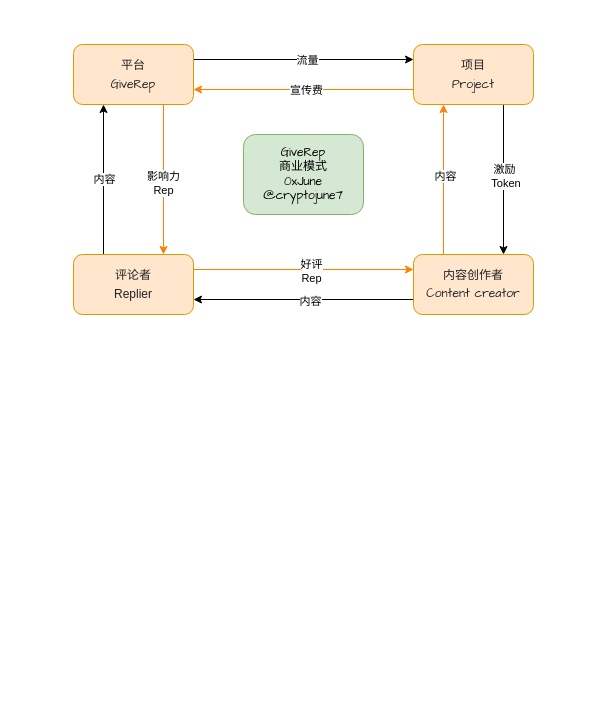
The draw.io diagram assets/img/post/2025-07-31/商业模式.drawio in june111/june111.github.io, before the edit. Source tidied: cells renumbered, new cells numbered last; positions are measured from the earlier drawing's top-left corner, leaving out a move shared by most shapes. Both pictures are drawn from the tidied source at 100%, with x=0, y=0 at pixel (17, 16).
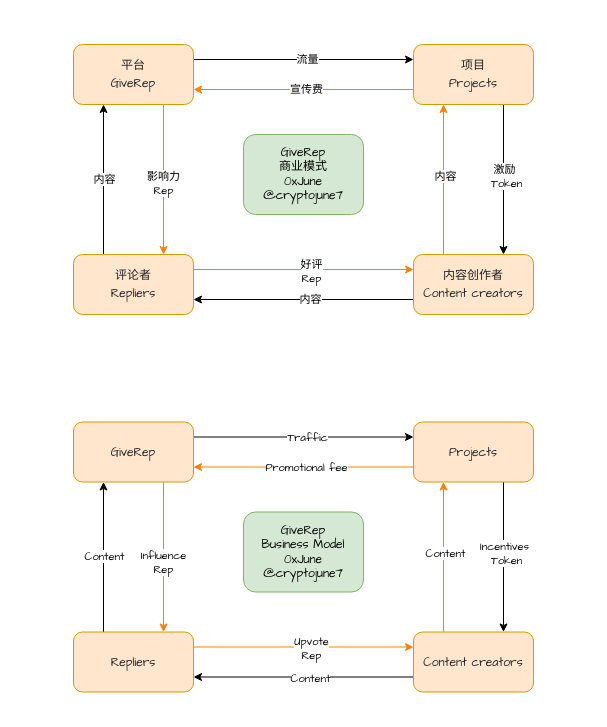
Above is the later version.

Diff of the diagram source:
```diff
@@
-    <mxCell id="2" style="rounded=0;whiteSpace=wrap;html=1;strokeColor=none;" parent="1" vertex="1">
+    <mxCell id="2" style="rounded=0;whiteSpace=wrap;html=1;strokeColor=none;fontFamily=Comic Sans MS;" parent="1" vertex="1">
       <mxGeometry x="-0.2" y="0.5" width="572.5" height="315" as="geometry" />
     </mxCell>
-    <mxCell id="3" style="edgeStyle=orthogonalEdgeStyle;rounded=0;jettySize=auto;html=1;exitX=1;exitY=0.25;exitDx=0;exitDy=0;entryX=0;entryY=0.25;entryDx=0;entryDy=0;" parent="1" edge="1" source="6" target="11">
+    <mxCell id="3" style="edgeStyle=orthogonalEdgeStyle;rounded=0;jettySize=auto;html=1;exitX=1;exitY=0.25;exitDx=0;exitDy=0;entryX=0;entryY=0.25;entryDx=0;entryDy=0;fontFamily=Comic Sans MS;" parent="1" edge="1" source="6" target="11">
       <mxGeometry relative="1" as="geometry" />
     </mxCell>
-    <mxCell id="4" value="流量" style="edgeLabel;html=1;align=center;verticalAlign=middle;" parent="3" vertex="1">
+    <mxCell id="4" value="流量" style="edgeLabel;html=1;align=center;verticalAlign=middle;fontFamily=Comic Sans MS;" parent="3" vertex="1">
       <mxGeometry x="-0.01" y="2" relative="1" as="geometry">
-        <mxPoint x="4" y="2" as="offset" />
+        <mxPoint x="4" y="1" as="offset" />
       </mxGeometry>
     </mxCell>
-    <mxCell id="5" value="&lt;div&gt;影响力&lt;/div&gt;Rep" style="edgeStyle=orthogonalEdgeStyle;rounded=0;jettySize=auto;html=1;exitX=0.75;exitY=1;exitDx=0;exitDy=0;entryX=0.75;entryY=0;entryDx=0;entryDy=0;strokeColor=#FF8000;" parent="1" edge="1" source="6" target="16">
+    <mxCell id="5" value="&lt;div&gt;影响力&lt;/div&gt;Rep" style="edgeStyle=orthogonalEdgeStyle;rounded=0;jettySize=auto;html=1;exitX=0.75;exitY=1;exitDx=0;exitDy=0;entryX=0.75;entryY=0;entryDx=0;entryDy=0;strokeColor=#FF8000;fontFamily=Comic Sans MS;" parent="1" edge="1" source="6" target="16">
       <mxGeometry x="0.05" relative="1" as="geometry" />
     </mxCell>
-    <mxCell id="6" value="&lt;div style=&quot;color: rgb(31, 35, 41); line-height: 50%;&quot;&gt;&lt;p&gt;&lt;font face=&quot;Comic Sans MS&quot;&gt;平台&lt;/font&gt;&lt;/p&gt;&lt;p&gt;&lt;span style=&quot;background-color: initial;&quot;&gt;&lt;font face=&quot;Comic Sans MS&quot;&gt;GiveRep&lt;/font&gt;&lt;/span&gt;&lt;/p&gt;&lt;/div&gt;&lt;span style=&quot;white-space-collapse: preserve;&quot;&gt;&lt;/span&gt;" style="rounded=1;whiteSpace=wrap;html=1;fillColor=#ffe6cc;strokeColor=#d79b00;labelPosition=center;verticalLabelPosition=middle;align=center;verticalAlign=middle;fontSize=12;" parent="1" vertex="1">
+    <mxCell id="6" value="&lt;div style=&quot;color: rgb(31, 35, 41); line-height: 50%;&quot;&gt;&lt;p&gt;&lt;font&gt;平台&lt;/font&gt;&lt;/p&gt;&lt;p&gt;&lt;span style=&quot;background-color: initial;&quot;&gt;&lt;font&gt;GiveRep&lt;/font&gt;&lt;/span&gt;&lt;/p&gt;&lt;/div&gt;&lt;span style=&quot;white-space-collapse: preserve;&quot;&gt;&lt;/span&gt;" style="rounded=1;whiteSpace=wrap;html=1;fillColor=#ffe6cc;strokeColor=#d79b00;labelPosition=center;verticalLabelPosition=middle;align=center;verticalAlign=middle;fontSize=12;fontFamily=Comic Sans MS;" parent="1" vertex="1">
       <mxGeometry x="56" y="28" width="120" height="60" as="geometry" />
     </mxCell>
-    <mxCell id="7" style="edgeStyle=orthogonalEdgeStyle;rounded=0;jettySize=auto;html=1;exitX=0;exitY=0.75;exitDx=0;exitDy=0;entryX=1;entryY=0.75;entryDx=0;entryDy=0;strokeColor=#FF8000;" parent="1" edge="1" source="11" target="6">
+    <mxCell id="7" style="edgeStyle=orthogonalEdgeStyle;rounded=0;jettySize=auto;html=1;exitX=0;exitY=0.75;exitDx=0;exitDy=0;entryX=1;entryY=0.75;entryDx=0;entryDy=0;strokeColor=#FF8000;fontFamily=Comic Sans MS;" parent="1" edge="1" source="11" target="6">
       <mxGeometry relative="1" as="geometry" />
     </mxCell>
-    <mxCell id="8" value="宣传费" style="edgeLabel;html=1;align=center;verticalAlign=middle;" parent="7" vertex="1">
-      <mxGeometry x="-0.02" relative="1" as="geometry" />
+    <mxCell id="8" value="宣传费" style="edgeLabel;html=1;align=center;verticalAlign=middle;fontFamily=Comic Sans MS;" parent="7" vertex="1">
+      <mxGeometry x="-0.02" relative="1" as="geometry">
+        <mxPoint y="-1" as="offset" />
+      </mxGeometry>
     </mxCell>
-    <mxCell id="9" style="edgeStyle=orthogonalEdgeStyle;rounded=0;jettySize=auto;html=1;exitX=0.75;exitY=1;exitDx=0;exitDy=0;entryX=0.75;entryY=0;entryDx=0;entryDy=0;" parent="1" edge="1" source="11" target="21">
+    <mxCell id="9" style="edgeStyle=orthogonalEdgeStyle;rounded=0;jettySize=auto;html=1;exitX=0.75;exitY=1;exitDx=0;exitDy=0;entryX=0.75;entryY=0;entryDx=0;entryDy=0;fontFamily=Comic Sans MS;" parent="1" edge="1" source="11" target="21">
       <mxGeometry relative="1" as="geometry" />
     </mxCell>
-    <mxCell id="10" value="&lt;div&gt;激励&lt;/div&gt;&amp;nbsp;Token" style="edgeLabel;html=1;align=center;verticalAlign=middle;" parent="9" vertex="1">
+    <mxCell id="10" value="&lt;div&gt;激励&lt;/div&gt;&amp;nbsp;Token" style="edgeLabel;html=1;align=center;verticalAlign=middle;fontFamily=Comic Sans MS;" parent="9" vertex="1">
       <mxGeometry x="-0.05" y="2" relative="1" as="geometry">
         <mxPoint x="-2" as="offset" />
       </mxGeometry>
     </mxCell>
-    <mxCell id="11" value="&lt;div style=&quot;color: rgb(31, 35, 41); line-height: 50%;&quot;&gt;&lt;p&gt;&lt;font face=&quot;Comic Sans MS&quot;&gt;项目&lt;/font&gt;&lt;/p&gt;&lt;p&gt;&lt;font face=&quot;Comic Sans MS&quot;&gt;Project&lt;/font&gt;&lt;/p&gt;&lt;/div&gt;&lt;span style=&quot;white-space-collapse: preserve;&quot;&gt;&lt;/span&gt;" style="rounded=1;whiteSpace=wrap;html=1;fillColor=#ffe6cc;strokeColor=#d79b00;labelPosition=center;verticalLabelPosition=middle;align=center;verticalAlign=middle;flipV=0;flipH=1;fontSize=12;" parent="1" vertex="1">
+    <mxCell id="11" value="&lt;div style=&quot;color: rgb(31, 35, 41); line-height: 50%;&quot;&gt;&lt;p&gt;&lt;font&gt;项目&lt;/font&gt;&lt;/p&gt;&lt;p&gt;&lt;font&gt;Projects&lt;/font&gt;&lt;/p&gt;&lt;/div&gt;&lt;span style=&quot;white-space-collapse: preserve;&quot;&gt;&lt;/span&gt;" style="rounded=1;whiteSpace=wrap;html=1;fillColor=#ffe6cc;strokeColor=#d79b00;labelPosition=center;verticalLabelPosition=middle;align=center;verticalAlign=middle;flipV=0;flipH=1;fontSize=12;fontFamily=Comic Sans MS;" parent="1" vertex="1">
       <mxGeometry x="396" y="28" width="120" height="60" as="geometry" />
     </mxCell>
-    <mxCell id="12" style="edgeStyle=orthogonalEdgeStyle;rounded=0;jettySize=auto;html=1;exitX=1;exitY=0.25;exitDx=0;exitDy=0;entryX=0;entryY=0.25;entryDx=0;entryDy=0;strokeColor=#FF8000;" parent="1" edge="1" source="16" target="21">
+    <mxCell id="12" style="edgeStyle=orthogonalEdgeStyle;rounded=0;jettySize=auto;html=1;exitX=1;exitY=0.25;exitDx=0;exitDy=0;entryX=0;entryY=0.25;entryDx=0;entryDy=0;strokeColor=#FF8000;fontFamily=Comic Sans MS;" parent="1" edge="1" source="16" target="21">
       <mxGeometry relative="1" as="geometry" />
     </mxCell>
-    <mxCell id="13" value="好评&lt;div&gt;Rep&lt;/div&gt;" style="edgeLabel;html=1;align=center;verticalAlign=middle;" parent="12" vertex="1">
+    <mxCell id="13" value="好评&lt;div&gt;Rep&lt;/div&gt;" style="edgeLabel;html=1;align=center;verticalAlign=middle;fontFamily=Comic Sans MS;" parent="12" vertex="1">
       <mxGeometry x="0.06" y="-1" relative="1" as="geometry" />
     </mxCell>
-    <mxCell id="14" style="edgeStyle=orthogonalEdgeStyle;rounded=0;jettySize=auto;html=1;exitX=0.25;exitY=0;exitDx=0;exitDy=0;entryX=0.25;entryY=1;entryDx=0;entryDy=0;" parent="1" edge="1" source="16" target="6">
+    <mxCell id="14" style="edgeStyle=orthogonalEdgeStyle;rounded=0;jettySize=auto;html=1;exitX=0.25;exitY=0;exitDx=0;exitDy=0;entryX=0.25;entryY=1;entryDx=0;entryDy=0;fontFamily=Comic Sans MS;" parent="1" edge="1" source="16" target="6">
       <mxGeometry relative="1" as="geometry" />
     </mxCell>
-    <mxCell id="15" value="内容" style="edgeLabel;html=1;align=center;verticalAlign=middle;" parent="14" vertex="1">
+    <mxCell id="15" value="内容" style="edgeLabel;html=1;align=center;verticalAlign=middle;fontFamily=Comic Sans MS;" parent="14" vertex="1">
       <mxGeometry x="0.01" relative="1" as="geometry" />
     </mxCell>
-    <mxCell id="16" value="&lt;div style=&quot;color: rgb(31, 35, 41); line-height: 50%;&quot;&gt;&lt;p&gt;&lt;span style=&quot;font-family: &amp;quot;Comic Sans MS&amp;quot;; background-color: initial;&quot;&gt;评论者&lt;/span&gt;&lt;br&gt;&lt;/p&gt;&lt;p&gt;Replier&lt;br&gt;&lt;/p&gt;&lt;/div&gt;&lt;span style=&quot;white-space-collapse: preserve;&quot;&gt;&lt;/span&gt;" style="rounded=1;whiteSpace=wrap;html=1;fillColor=#ffe6cc;strokeColor=#d79b00;labelPosition=center;verticalLabelPosition=middle;align=center;verticalAlign=middle;flipV=0;flipH=1;fontSize=12;" parent="1" vertex="1">
+    <mxCell id="16" value="&lt;div style=&quot;color: rgb(31, 35, 41); line-height: 50%;&quot;&gt;&lt;p&gt;&lt;span style=&quot;background-color: initial;&quot;&gt;评论者&lt;/span&gt;&lt;br&gt;&lt;/p&gt;&lt;p&gt;Repliers&lt;br&gt;&lt;/p&gt;&lt;/div&gt;&lt;span style=&quot;white-space-collapse: preserve;&quot;&gt;&lt;/span&gt;" style="rounded=1;whiteSpace=wrap;html=1;fillColor=#ffe6cc;strokeColor=#d79b00;labelPosition=center;verticalLabelPosition=middle;align=center;verticalAlign=middle;flipV=0;flipH=1;fontSize=12;fontFamily=Comic Sans MS;" parent="1" vertex="1">
       <mxGeometry x="56" y="238" width="120" height="60" as="geometry" />
     </mxCell>
-    <mxCell id="17" style="edgeStyle=orthogonalEdgeStyle;rounded=0;jettySize=auto;html=1;exitX=0.25;exitY=0;exitDx=0;exitDy=0;entryX=0.25;entryY=1;entryDx=0;entryDy=0;strokeColor=#FF8000;" parent="1" edge="1" source="21" target="11">
+    <mxCell id="17" style="edgeStyle=orthogonalEdgeStyle;rounded=0;jettySize=auto;html=1;exitX=0.25;exitY=0;exitDx=0;exitDy=0;entryX=0.25;entryY=1;entryDx=0;entryDy=0;strokeColor=#FF8000;fontFamily=Comic Sans MS;" parent="1" edge="1" source="21" target="11">
       <mxGeometry relative="1" as="geometry" />
     </mxCell>
-    <mxCell id="18" value="内容" style="edgeLabel;html=1;align=center;verticalAlign=middle;" parent="17" vertex="1">
+    <mxCell id="18" value="内容" style="edgeLabel;html=1;align=center;verticalAlign=middle;fontFamily=Comic Sans MS;" parent="17" vertex="1">
       <mxGeometry x="0.05" y="-1" relative="1" as="geometry" />
     </mxCell>
-    <mxCell id="19" style="edgeStyle=orthogonalEdgeStyle;rounded=0;jettySize=auto;html=1;exitX=0;exitY=0.75;exitDx=0;exitDy=0;entryX=1;entryY=0.75;entryDx=0;entryDy=0;" parent="1" edge="1" source="21" target="16">
+    <mxCell id="19" style="edgeStyle=orthogonalEdgeStyle;rounded=0;jettySize=auto;html=1;exitX=0;exitY=0.75;exitDx=0;exitDy=0;entryX=1;entryY=0.75;entryDx=0;entryDy=0;fontFamily=Comic Sans MS;" parent="1" edge="1" source="21" target="16">
       <mxGeometry relative="1" as="geometry" />
     </mxCell>
-    <mxCell id="20" value="内容" style="edgeLabel;html=1;align=center;verticalAlign=middle;" parent="19" vertex="1">
+    <mxCell id="20" value="内容" style="edgeLabel;html=1;align=center;verticalAlign=middle;fontFamily=Comic Sans MS;" parent="19" vertex="1">
       <mxGeometry x="-0.09" y="1" relative="1" as="geometry">
-        <mxPoint x="-4" as="offset" />
+        <mxPoint x="-4" y="-2" as="offset" />
       </mxGeometry>
     </mxCell>
-    <mxCell id="21" value="&lt;div style=&quot;color: rgb(31, 35, 41); line-height: 50%;&quot;&gt;&lt;p&gt;&lt;span style=&quot;white-space:pre-wrap;&quot;&gt;&lt;/span&gt;&lt;/p&gt;&lt;div style=&quot;font-weight: normal; color: rgb(31, 35, 41);&quot;&gt;&lt;p&gt;内容创作者&lt;/p&gt;&lt;p&gt;Content creator&lt;/p&gt;&lt;/div&gt;&lt;/div&gt;&lt;span style=&quot;white-space-collapse: preserve;&quot;&gt;&lt;/span&gt;" style="rounded=1;whiteSpace=wrap;html=1;fillColor=#ffe6cc;strokeColor=#d79b00;labelPosition=center;verticalLabelPosition=middle;align=center;verticalAlign=middle;fontFamily=Comic Sans MS;flipV=0;flipH=1;fontSize=12;" parent="1" vertex="1">
+    <mxCell id="21" value="&lt;div style=&quot;color: rgb(31, 35, 41); line-height: 50%;&quot;&gt;&lt;p&gt;&lt;span style=&quot;white-space:pre-wrap;&quot;&gt;&lt;/span&gt;&lt;/p&gt;&lt;div style=&quot;font-weight: normal; color: rgb(31, 35, 41);&quot;&gt;&lt;p&gt;内容创作者&lt;/p&gt;&lt;p&gt;Content creators&lt;/p&gt;&lt;/div&gt;&lt;/div&gt;&lt;span style=&quot;white-space-collapse: preserve;&quot;&gt;&lt;/span&gt;" style="rounded=1;whiteSpace=wrap;html=1;fillColor=#ffe6cc;strokeColor=#d79b00;labelPosition=center;verticalLabelPosition=middle;align=center;verticalAlign=middle;fontFamily=Comic Sans MS;flipV=0;flipH=1;fontSize=12;" parent="1" vertex="1">
       <mxGeometry x="396" y="238" width="120" height="60" as="geometry" />
     </mxCell>
@@
+    <mxCell id="23" style="rounded=0;whiteSpace=wrap;html=1;strokeColor=none;fontFamily=Comic Sans MS;" parent="1" vertex="1">
+      <mxGeometry x="-0.2" y="378" width="572.5" height="315" as="geometry" />
+    </mxCell>
+    <mxCell id="24" style="edgeStyle=orthogonalEdgeStyle;rounded=0;jettySize=auto;html=1;exitX=1;exitY=0.25;exitDx=0;exitDy=0;entryX=0;entryY=0.25;entryDx=0;entryDy=0;fontFamily=Comic Sans MS;" parent="1" edge="1" source="27" target="32">
+      <mxGeometry relative="1" as="geometry" />
+    </mxCell>
+    <mxCell id="25" value="Traffic" style="edgeLabel;html=1;align=center;verticalAlign=middle;fontFamily=Comic Sans MS;" parent="24" vertex="1">
+      <mxGeometry x="-0.01" y="2" relative="1" as="geometry">
+        <mxPoint x="4" y="2" as="offset" />
+      </mxGeometry>
+    </mxCell>
+    <mxCell id="26" value="&lt;div&gt;Influence&lt;/div&gt;Rep" style="edgeStyle=orthogonalEdgeStyle;rounded=0;jettySize=auto;html=1;exitX=0.75;exitY=1;exitDx=0;exitDy=0;entryX=0.75;entryY=0;entryDx=0;entryDy=0;strokeColor=#FF8000;fontFamily=Comic Sans MS;" parent="1" edge="1" source="27" target="37">
+      <mxGeometry x="0.06" relative="1" as="geometry" />
+    </mxCell>
+    <mxCell id="27" value="&lt;div style=&quot;color: rgb(31, 35, 41); line-height: 50%;&quot;&gt;&lt;p&gt;&lt;span style=&quot;background-color: initial;&quot;&gt;GiveRep&lt;/span&gt;&lt;/p&gt;&lt;/div&gt;&lt;span style=&quot;white-space-collapse: preserve;&quot;&gt;&lt;/span&gt;" style="rounded=1;whiteSpace=wrap;html=1;fillColor=#ffe6cc;strokeColor=#d79b00;labelPosition=center;verticalLabelPosition=middle;align=center;verticalAlign=middle;fontSize=12;fontFamily=Comic Sans MS;" parent="1" vertex="1">
+      <mxGeometry x="56" y="405.5" width="120" height="60" as="geometry" />
+    </mxCell>
+    <mxCell id="28" style="edgeStyle=orthogonalEdgeStyle;rounded=0;jettySize=auto;html=1;exitX=0;exitY=0.75;exitDx=0;exitDy=0;entryX=1;entryY=0.75;entryDx=0;entryDy=0;strokeColor=#FF8000;fontFamily=Comic Sans MS;" parent="1" edge="1" source="32" target="27">
+      <mxGeometry relative="1" as="geometry" />
+    </mxCell>
+    <mxCell id="29" value="&lt;div&gt;Promotional fee&lt;/div&gt;" style="edgeLabel;html=1;align=center;verticalAlign=middle;fontFamily=Comic Sans MS;" parent="28" vertex="1">
+      <mxGeometry x="-0.02" relative="1" as="geometry" />
+    </mxCell>
+    <mxCell id="30" style="edgeStyle=orthogonalEdgeStyle;rounded=0;jettySize=auto;html=1;exitX=0.75;exitY=1;exitDx=0;exitDy=0;entryX=0.75;entryY=0;entryDx=0;entryDy=0;fontFamily=Comic Sans MS;" parent="1" edge="1" source="32" target="42">
+      <mxGeometry relative="1" as="geometry" />
+    </mxCell>
+    <mxCell id="31" value="&lt;div&gt;Incentives&lt;/div&gt;&amp;nbsp;Token" style="edgeLabel;html=1;align=center;verticalAlign=middle;fontFamily=Comic Sans MS;" parent="30" vertex="1">
+      <mxGeometry x="-0.05" y="2" relative="1" as="geometry">
+        <mxPoint x="-2" as="offset" />
+      </mxGeometry>
+    </mxCell>
+    <mxCell id="32" value="&lt;div style=&quot;color: rgb(31, 35, 41); line-height: 50%;&quot;&gt;&lt;p&gt;&lt;span style=&quot;background-color: initial;&quot;&gt;Projects&lt;/span&gt;&lt;/p&gt;&lt;/div&gt;&lt;span style=&quot;white-space-collapse: preserve;&quot;&gt;&lt;/span&gt;" style="rounded=1;whiteSpace=wrap;html=1;fillColor=#ffe6cc;strokeColor=#d79b00;labelPosition=center;verticalLabelPosition=middle;align=center;verticalAlign=middle;flipV=0;flipH=1;fontSize=12;fontFamily=Comic Sans MS;" parent="1" vertex="1">
+      <mxGeometry x="396" y="405.5" width="120" height="60" as="geometry" />
+    </mxCell>
+    <mxCell id="33" style="edgeStyle=orthogonalEdgeStyle;rounded=0;jettySize=auto;html=1;exitX=1;exitY=0.25;exitDx=0;exitDy=0;entryX=0;entryY=0.25;entryDx=0;entryDy=0;strokeColor=#FF8000;fontFamily=Comic Sans MS;" parent="1" edge="1" source="37" target="42">
+      <mxGeometry relative="1" as="geometry" />
+    </mxCell>
+    <mxCell id="34" value="&lt;div&gt;Upvote&lt;br&gt;Rep&lt;/div&gt;" style="edgeLabel;html=1;align=center;verticalAlign=middle;fontFamily=Comic Sans MS;" parent="33" vertex="1">
+      <mxGeometry x="0.06" y="-1" relative="1" as="geometry" />
+    </mxCell>
+    <mxCell id="35" style="edgeStyle=orthogonalEdgeStyle;rounded=0;jettySize=auto;html=1;exitX=0.25;exitY=0;exitDx=0;exitDy=0;entryX=0.25;entryY=1;entryDx=0;entryDy=0;fontFamily=Comic Sans MS;" parent="1" edge="1" source="37" target="27">
+      <mxGeometry relative="1" as="geometry" />
+    </mxCell>
+    <mxCell id="36" value="Content" style="edgeLabel;html=1;align=center;verticalAlign=middle;fontFamily=Comic Sans MS;" parent="35" vertex="1">
+      <mxGeometry x="0.01" relative="1" as="geometry" />
+    </mxCell>
+    <mxCell id="37" value="&lt;div style=&quot;color: rgb(31, 35, 41); line-height: 50%;&quot;&gt;&lt;p&gt;&lt;span style=&quot;background-color: initial;&quot;&gt;Repliers&lt;/span&gt;&lt;/p&gt;&lt;/div&gt;&lt;span style=&quot;white-space-collapse: preserve;&quot;&gt;&lt;/span&gt;" style="rounded=1;whiteSpace=wrap;html=1;fillColor=#ffe6cc;strokeColor=#d79b00;labelPosition=center;verticalLabelPosition=middle;align=center;verticalAlign=middle;flipV=0;flipH=1;fontSize=12;fontFamily=Comic Sans MS;" parent="1" vertex="1">
+      <mxGeometry x="56" y="615.5" width="120" height="60" as="geometry" />
+    </mxCell>
+    <mxCell id="38" style="edgeStyle=orthogonalEdgeStyle;rounded=0;jettySize=auto;html=1;exitX=0.25;exitY=0;exitDx=0;exitDy=0;entryX=0.25;entryY=1;entryDx=0;entryDy=0;strokeColor=#FF8000;fontFamily=Comic Sans MS;" parent="1" edge="1" source="42" target="32">
+      <mxGeometry relative="1" as="geometry" />
+    </mxCell>
+    <mxCell id="39" value="&lt;div&gt;&lt;div class=&quot;old-record-id-XtfWdtxIMo9hQUxjo5Xchr5en4g&quot;&gt;Content&lt;/div&gt;&lt;/div&gt;&lt;span data-lark-record-data=&quot;{&amp;quot;rootId&amp;quot;:&amp;quot;TxXTdSVSHo5zrUxXRL4cT4C9n9V&amp;quot;,&amp;quot;text&amp;quot;:{&amp;quot;initialAttributedTexts&amp;quot;:{&amp;quot;text&amp;quot;:{&amp;quot;0&amp;quot;:&amp;quot;Content&amp;quot;},&amp;quot;attribs&amp;quot;:{&amp;quot;0&amp;quot;:&amp;quot;*0*1+7&amp;quot;}},&amp;quot;apool&amp;quot;:{&amp;quot;numToAttrib&amp;quot;:{&amp;quot;0&amp;quot;:[&amp;quot;author&amp;quot;,&amp;quot;6982056645564088322&amp;quot;],&amp;quot;1&amp;quot;:[&amp;quot;bold&amp;quot;,&amp;quot;true&amp;quot;]},&amp;quot;nextNum&amp;quot;:2}},&amp;quot;type&amp;quot;:&amp;quot;text&amp;quot;,&amp;quot;referenceRecordMap&amp;quot;:{},&amp;quot;extra&amp;quot;:{&amp;quot;channel&amp;quot;:&amp;quot;saas&amp;quot;,&amp;quot;isEqualBlockSelection&amp;quot;:false,&amp;quot;pasteRandomId&amp;quot;:&amp;quot;777858cc-9ad8-41a6-b942-d700dca969c0&amp;quot;,&amp;quot;mention_page_title&amp;quot;:{},&amp;quot;external_mention_url&amp;quot;:{}},&amp;quot;isKeepQuoteContainer&amp;quot;:false,&amp;quot;isFromCode&amp;quot;:false,&amp;quot;selection&amp;quot;:[{&amp;quot;id&amp;quot;:80,&amp;quot;type&amp;quot;:&amp;quot;text&amp;quot;,&amp;quot;selection&amp;quot;:{&amp;quot;start&amp;quot;:3,&amp;quot;end&amp;quot;:10},&amp;quot;recordId&amp;quot;:&amp;quot;XtfWdtxIMo9hQUxjo5Xchr5en4g&amp;quot;}],&amp;quot;payloadMap&amp;quot;:{},&amp;quot;isCut&amp;quot;:false}&quot; class=&quot;lark-record-clipboard&quot;&gt;&lt;/span&gt;" style="edgeLabel;html=1;align=center;verticalAlign=middle;fontFamily=Comic Sans MS;" parent="38" vertex="1">
+      <mxGeometry x="0.05" y="-1" relative="1" as="geometry" />
+    </mxCell>
+    <mxCell id="40" style="edgeStyle=orthogonalEdgeStyle;rounded=0;jettySize=auto;html=1;exitX=0;exitY=0.75;exitDx=0;exitDy=0;entryX=1;entryY=0.75;entryDx=0;entryDy=0;fontFamily=Comic Sans MS;" parent="1" edge="1" source="42" target="37">
+      <mxGeometry relative="1" as="geometry" />
+    </mxCell>
+    <mxCell id="41" value="Content" style="edgeLabel;html=1;align=center;verticalAlign=middle;fontFamily=Comic Sans MS;" parent="40" vertex="1">
+      <mxGeometry x="-0.09" y="1" relative="1" as="geometry">
+        <mxPoint x="-4" as="offset" />
+      </mxGeometry>
+    </mxCell>
+    <mxCell id="42" value="&lt;div style=&quot;color: rgb(31, 35, 41); line-height: 50%;&quot;&gt;&lt;p&gt;&lt;span style=&quot;white-space:pre-wrap;&quot;&gt;&lt;/span&gt;&lt;/p&gt;&lt;div style=&quot;font-weight: normal; color: rgb(31, 35, 41);&quot;&gt;&lt;p&gt;&lt;span style=&quot;background-color: initial;&quot;&gt;Content creators&lt;/span&gt;&lt;/p&gt;&lt;/div&gt;&lt;/div&gt;&lt;span style=&quot;white-space-collapse: preserve;&quot;&gt;&lt;/span&gt;" style="rounded=1;whiteSpace=wrap;html=1;fillColor=#ffe6cc;strokeColor=#d79b00;labelPosition=center;verticalLabelPosition=middle;align=center;verticalAlign=middle;fontFamily=Comic Sans MS;flipV=0;flipH=1;fontSize=12;" parent="1" vertex="1">
+      <mxGeometry x="396" y="615.5" width="120" height="60" as="geometry" />
+    </mxCell>
+    <mxCell id="43" value="GiveRep&lt;div&gt;&lt;div&gt;&lt;div class=&quot;old-record-id-TmWbdMCJ6o1Sinx73pBcWbiYnHg&quot;&gt;Business Model&lt;/div&gt;&lt;/div&gt;&lt;span data-lark-record-data=&quot;{&amp;quot;rootId&amp;quot;:&amp;quot;TxXTdSVSHo5zrUxXRL4cT4C9n9V&amp;quot;,&amp;quot;text&amp;quot;:{&amp;quot;initialAttributedTexts&amp;quot;:{&amp;quot;text&amp;quot;:{&amp;quot;0&amp;quot;:&amp;quot;Business Model&amp;quot;},&amp;quot;attribs&amp;quot;:{&amp;quot;0&amp;quot;:&amp;quot;*0+e&amp;quot;}},&amp;quot;apool&amp;quot;:{&amp;quot;numToAttrib&amp;quot;:{&amp;quot;0&amp;quot;:[&amp;quot;author&amp;quot;,&amp;quot;6982056645564088322&amp;quot;]},&amp;quot;nextNum&amp;quot;:1}},&amp;quot;type&amp;quot;:&amp;quot;text&amp;quot;,&amp;quot;referenceRecordMap&amp;quot;:{},&amp;quot;extra&amp;quot;:{&amp;quot;channel&amp;quot;:&amp;quot;saas&amp;quot;,&amp;quot;isEqualBlockSelection&amp;quot;:false,&amp;quot;pasteRandomId&amp;quot;:&amp;quot;75dfe425-31de-4a19-9b85-68c8f50413cf&amp;quot;,&amp;quot;mention_page_title&amp;quot;:{},&amp;quot;external_mention_url&amp;quot;:{}},&amp;quot;isKeepQuoteContainer&amp;quot;:false,&amp;quot;isFromCode&amp;quot;:false,&amp;quot;selection&amp;quot;:[{&amp;quot;id&amp;quot;:53,&amp;quot;type&amp;quot;:&amp;quot;text&amp;quot;,&amp;quot;selection&amp;quot;:{&amp;quot;start&amp;quot;:2,&amp;quot;end&amp;quot;:16},&amp;quot;recordId&amp;quot;:&amp;quot;TmWbdMCJ6o1Sinx73pBcWbiYnHg&amp;quot;}],&amp;quot;payloadMap&amp;quot;:{},&amp;quot;isCut&amp;quot;:false}&quot; class=&quot;lark-record-clipboard&quot;&gt;&lt;/span&gt;&lt;/div&gt;&lt;div&gt;0xJune&lt;/div&gt;&lt;div&gt;@cryptojune7&lt;/div&gt;" style="rounded=1;whiteSpace=wrap;html=1;fillColor=#d5e8d4;strokeColor=#82b366;fontFamily=Comic Sans MS;" parent="1" vertex="1">
+      <mxGeometry x="226" y="495.5" width="120" height="80" as="geometry" />
+    </mxCell>
```
